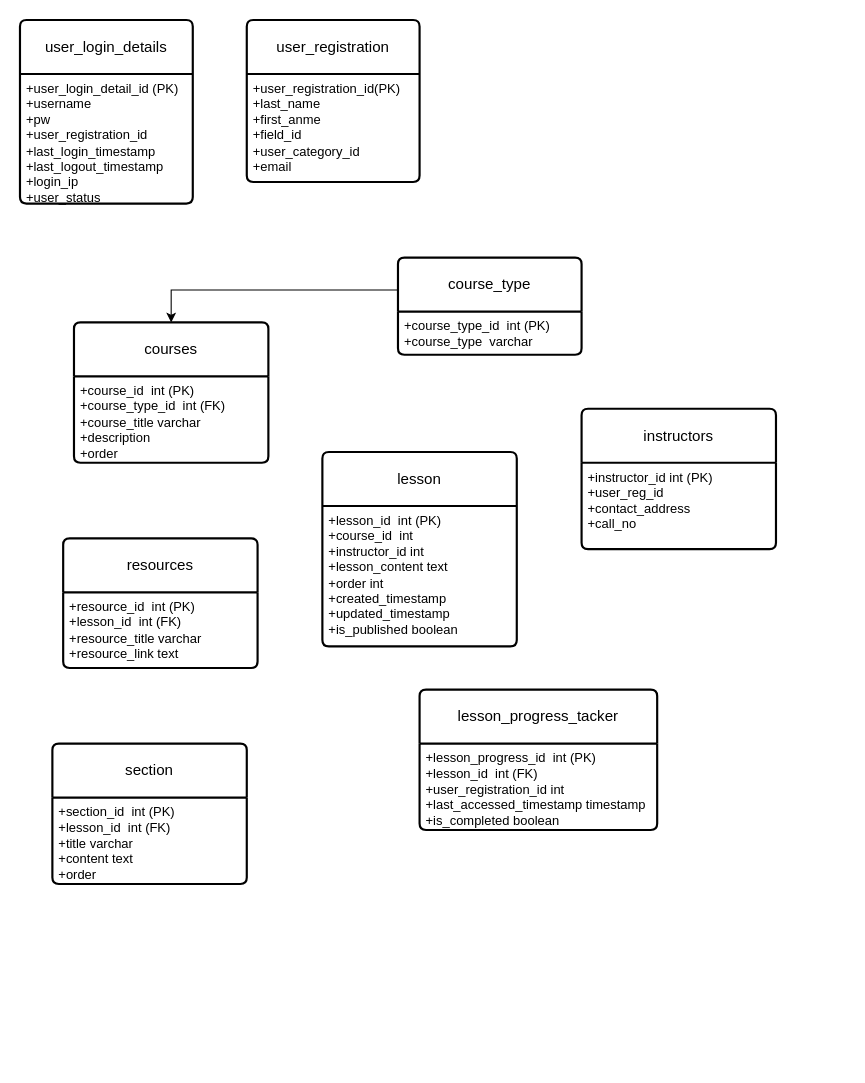
Above: illusion db schema models.drawio in The-Illusion-services/illusion-BE (draw.io), before the change. Source tidied: cells renumbered, new cells numbered last; positions are measured from the earlier drawing's top-left corner, leaving out a move shared by most shapes. Both pictures are drawn from the tidied source at 108%, with x=0, y=0 at pixel (19, 19).
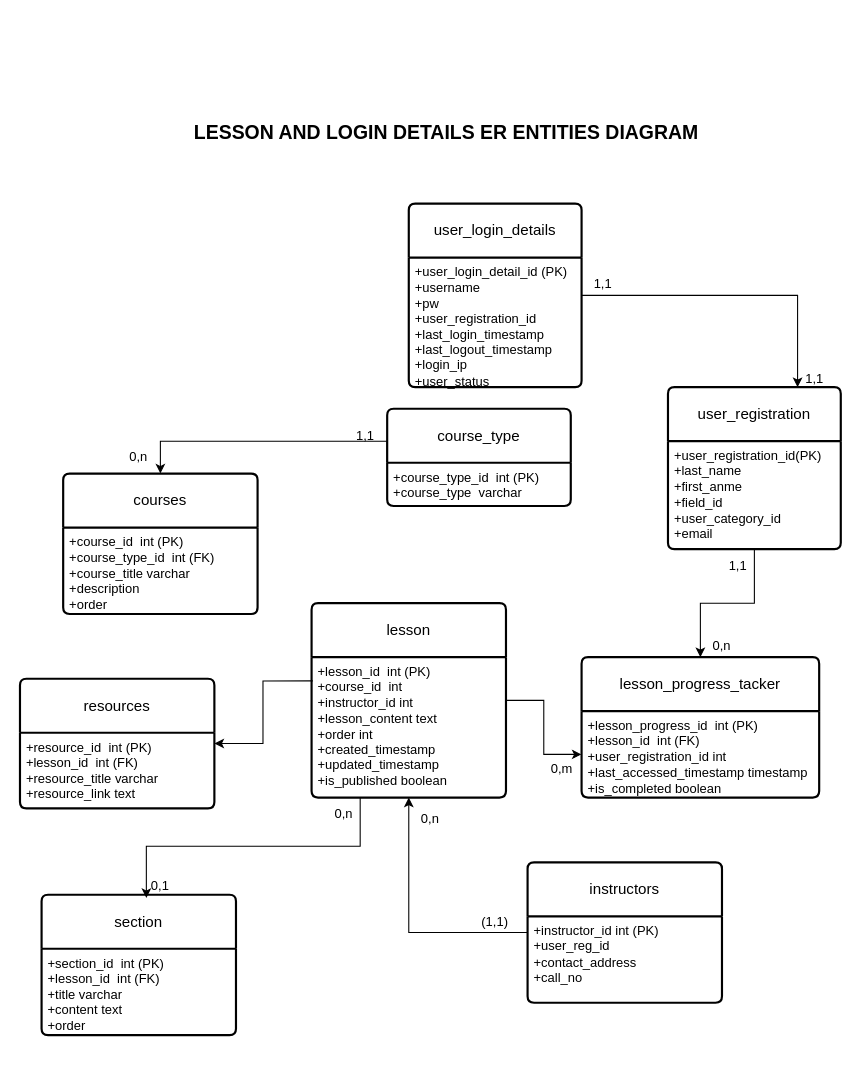
After the change.

Unchanged cells that the change refers to:
```xml
<mxCell id="5" value="+user_registration_id(PK) &lt;br&gt;+last_name&lt;br&gt;&lt;div&gt;+first_anme&lt;br&gt;&lt;/div&gt;&lt;div&gt;+field_id&lt;/div&gt;&lt;div&gt;+user_category_id&lt;/div&gt;&lt;div&gt;+email&lt;/div&gt;" style="align=left;strokeColor=none;fillColor=none;spacingLeft=4;fontSize=12;verticalAlign=top;html=1;" parent="4" vertex="1">
  <mxGeometry y="50" width="160" height="100" as="geometry" />
</mxCell>
<mxCell id="7" value="+lesson_id&amp;nbsp; int (PK)&lt;br&gt;+course_id&amp;nbsp; int&lt;br&gt;&lt;div&gt;+instructor_id int&lt;/div&gt;&lt;div&gt;+lesson_content text&lt;/div&gt;&lt;div&gt;+order int&lt;br&gt;&lt;/div&gt;&lt;div&gt;+created_timestamp&lt;/div&gt;&lt;div&gt;+updated_timestamp&lt;/div&gt;&lt;div&gt;+is_published boolean &lt;br&gt;&lt;/div&gt;&lt;div&gt;&lt;br&gt;&lt;/div&gt;" style="align=left;strokeColor=none;fillColor=none;spacingLeft=4;fontSize=12;verticalAlign=top;html=1;" parent="6" vertex="1">
  <mxGeometry y="50" width="180" height="130" as="geometry" />
</mxCell>
<mxCell id="19" value="+lesson_progress_id&amp;nbsp; int (PK)&lt;br&gt;+lesson_id&amp;nbsp; int (FK)&lt;br&gt;&lt;div&gt;+user_registration_id int&lt;br&gt;&lt;/div&gt;&lt;div&gt;+last_accessed_timestamp timestamp&lt;br&gt;&lt;/div&gt;&lt;div&gt;+is_completed boolean&lt;br&gt;&lt;/div&gt;&lt;div&gt;&amp;nbsp;&lt;br&gt;&lt;/div&gt;&lt;div&gt;&lt;br&gt;&lt;/div&gt;" style="align=left;strokeColor=none;fillColor=none;spacingLeft=4;fontSize=12;verticalAlign=top;html=1;" parent="18" vertex="1">
  <mxGeometry y="50" width="220" height="80" as="geometry" />
</mxCell>
```

What changed in the source:
```diff
@@
+    <mxCell id="21" value="LESSON AND LOGIN DETAILS ER ENTITIES DIAGRAM" style="text;html=1;align=center;verticalAlign=middle;whiteSpace=wrap;rounded=0;fontStyle=1;fontSize=18;" parent="1" vertex="1">
+      <mxGeometry x="124" y="90" width="542" height="30" as="geometry" />
+    </mxCell>
+    <mxCell id="22" style="edgeStyle=orthogonalEdgeStyle;rounded=0;jettySize=auto;html=1;entryX=0.75;entryY=0;entryDx=0;entryDy=0;" parent="1" edge="1" source="2" target="4">
+      <mxGeometry relative="1" as="geometry" />
+    </mxCell>
     <mxCell id="2" value="user_login_details" style="swimlane;horizontal=1;startSize=50;rounded=1;fontSize=14;fontStyle=0;strokeWidth=2;shadow=0;dashed=0;align=center;arcSize=4;whiteSpace=wrap;html=1;" parent="1" vertex="1">
-      <mxGeometry width="160" height="170" as="geometry" />
+      <mxGeometry x="360" y="170" width="160" height="170" as="geometry" />
     </mxCell>
@@
     <mxCell id="4" value="user_registration" style="swimlane;horizontal=1;startSize=50;rounded=1;fontSize=14;fontStyle=0;strokeWidth=2;shadow=0;dashed=0;align=center;arcSize=4;whiteSpace=wrap;html=1;" parent="1" vertex="1">
-      <mxGeometry x="210" width="160" height="150" as="geometry" />
+      <mxGeometry x="600" y="340" width="160" height="150" as="geometry" />
     </mxCell>
@@
     <mxCell id="6" value="lesson " style="swimlane;horizontal=1;startSize=50;rounded=1;fontSize=14;fontStyle=0;strokeWidth=2;shadow=0;dashed=0;align=center;arcSize=4;whiteSpace=wrap;html=1;" parent="1" vertex="1">
-      <mxGeometry x="280" y="400" width="180" height="180" as="geometry" />
+      <mxGeometry x="270" y="540" width="180" height="180" as="geometry" />
     </mxCell>
@@
     <mxCell id="8" value="section" style="swimlane;horizontal=1;startSize=50;rounded=1;fontSize=14;fontStyle=0;strokeWidth=2;shadow=0;dashed=0;align=center;arcSize=4;whiteSpace=wrap;html=1;" parent="1" vertex="1">
-      <mxGeometry x="30" y="670" width="180" height="130" as="geometry" />
+      <mxGeometry x="20" y="810" width="180" height="130" as="geometry" />
     </mxCell>
@@
+    <mxCell id="23" style="edgeStyle=orthogonalEdgeStyle;rounded=0;jettySize=auto;html=1;" parent="1" edge="1" source="10" target="7">
+      <mxGeometry relative="1" as="geometry" />
+    </mxCell>
     <mxCell id="10" value="instructors" style="swimlane;horizontal=1;startSize=50;rounded=1;fontSize=14;fontStyle=0;strokeWidth=2;shadow=0;dashed=0;align=center;arcSize=4;whiteSpace=wrap;html=1;" parent="1" vertex="1">
-      <mxGeometry x="520" y="360" width="180" height="130" as="geometry" />
+      <mxGeometry x="470" y="780" width="180" height="130" as="geometry" />
     </mxCell>
@@
     <mxCell id="12" value="course_type" style="swimlane;horizontal=1;startSize=50;rounded=1;fontSize=14;fontStyle=0;strokeWidth=2;shadow=0;dashed=0;align=center;arcSize=4;whiteSpace=wrap;html=1;" parent="1" vertex="1">
-      <mxGeometry x="350" y="220" width="170" height="90" as="geometry" />
+      <mxGeometry x="340" y="360" width="170" height="90" as="geometry" />
     </mxCell>
@@
     <mxCell id="14" value="courses" style="swimlane;horizontal=1;startSize=50;rounded=1;fontSize=14;fontStyle=0;strokeWidth=2;shadow=0;dashed=0;align=center;arcSize=4;whiteSpace=wrap;html=1;" parent="1" vertex="1">
-      <mxGeometry x="50" y="280" width="180" height="130" as="geometry" />
+      <mxGeometry x="40" y="420" width="180" height="130" as="geometry" />
     </mxCell>
@@
     <mxCell id="16" value="resources" style="swimlane;horizontal=1;startSize=50;rounded=1;fontSize=14;fontStyle=0;strokeWidth=2;shadow=0;dashed=0;align=center;arcSize=4;whiteSpace=wrap;html=1;" parent="1" vertex="1">
-      <mxGeometry x="40" y="480" width="180" height="120" as="geometry" />
+      <mxGeometry y="610" width="180" height="120" as="geometry" />
     </mxCell>
@@
     <mxCell id="18" value="lesson_progress_tacker" style="swimlane;horizontal=1;startSize=50;rounded=1;fontSize=14;fontStyle=0;strokeWidth=2;shadow=0;dashed=0;align=center;arcSize=4;whiteSpace=wrap;html=1;" parent="1" vertex="1">
-      <mxGeometry x="370" y="620" width="220" height="130" as="geometry" />
+      <mxGeometry x="520" y="590" width="220" height="130" as="geometry" />
     </mxCell>
@@
+    <mxCell id="24" value="0,n" style="text;html=1;align=center;verticalAlign=middle;whiteSpace=wrap;rounded=0;" parent="1" vertex="1">
+      <mxGeometry x="80" y="390" width="60" height="30" as="geometry" />
+    </mxCell>
+    <mxCell id="25" value="1,1" style="text;html=1;align=center;verticalAlign=middle;whiteSpace=wrap;rounded=0;" parent="1" vertex="1">
+      <mxGeometry x="290" y="370" width="60" height="30" as="geometry" />
+    </mxCell>
+    <mxCell id="26" value="(1,1)" style="text;html=1;align=center;verticalAlign=middle;whiteSpace=wrap;rounded=0;" parent="1" vertex="1">
+      <mxGeometry x="410" y="820" width="60" height="30" as="geometry" />
+    </mxCell>
+    <mxCell id="27" style="edgeStyle=orthogonalEdgeStyle;rounded=0;jettySize=auto;html=1;entryX=0.5;entryY=0;entryDx=0;entryDy=0;" parent="1" edge="1" source="5" target="18">
+      <mxGeometry relative="1" as="geometry" />
+    </mxCell>
+    <mxCell id="28" style="edgeStyle=orthogonalEdgeStyle;rounded=0;jettySize=auto;html=1;exitX=0.006;exitY=0.169;exitDx=0;exitDy=0;exitPerimeter=0;" parent="1" edge="1" source="7" target="16">
+      <mxGeometry relative="1" as="geometry" />
+    </mxCell>
+    <mxCell id="29" style="edgeStyle=orthogonalEdgeStyle;rounded=0;jettySize=auto;html=1;exitX=0.25;exitY=1;exitDx=0;exitDy=0;entryX=0.539;entryY=0.023;entryDx=0;entryDy=0;entryPerimeter=0;" parent="1" edge="1" source="7" target="8">
+      <mxGeometry relative="1" as="geometry" />
+    </mxCell>
+    <mxCell id="30" value="0,1" style="text;html=1;align=center;verticalAlign=middle;whiteSpace=wrap;rounded=0;" parent="1" vertex="1">
+      <mxGeometry x="100" y="787" width="60" height="30" as="geometry" />
+    </mxCell>
+    <mxCell id="31" value="0,n" style="text;html=1;align=center;verticalAlign=middle;whiteSpace=wrap;rounded=0;" parent="1" vertex="1">
+      <mxGeometry x="350" y="720" width="60" height="40" as="geometry" />
+    </mxCell>
+    <mxCell id="32" style="edgeStyle=orthogonalEdgeStyle;rounded=0;jettySize=auto;html=1;exitX=1;exitY=0.5;exitDx=0;exitDy=0;" parent="1" edge="1" source="6" target="19">
+      <mxGeometry relative="1" as="geometry" />
+    </mxCell>
+    <mxCell id="33" value="0,m" style="text;html=1;align=center;verticalAlign=middle;whiteSpace=wrap;rounded=0;" parent="1" vertex="1">
+      <mxGeometry x="472" y="679" width="60" height="30" as="geometry" />
+    </mxCell>
+    <mxCell id="34" value="0,n" style="text;html=1;align=center;verticalAlign=middle;whiteSpace=wrap;rounded=0;" parent="1" vertex="1">
+      <mxGeometry x="270" y="715" width="60" height="40" as="geometry" />
+    </mxCell>
+    <mxCell id="35" value="0,n" style="text;html=1;align=center;verticalAlign=middle;whiteSpace=wrap;rounded=0;" parent="1" vertex="1">
+      <mxGeometry x="620" y="560" width="60" height="40" as="geometry" />
+    </mxCell>
+    <mxCell id="36" value="1,1" style="text;html=1;align=center;verticalAlign=middle;whiteSpace=wrap;rounded=0;" parent="1" vertex="1">
+      <mxGeometry x="640" y="486" width="50" height="40" as="geometry" />
+    </mxCell>
+    <mxCell id="37" value="1,1" style="text;html=1;align=center;verticalAlign=middle;whiteSpace=wrap;rounded=0;" parent="1" vertex="1">
+      <mxGeometry x="510" y="230" width="60" height="30" as="geometry" />
+    </mxCell>
+    <mxCell id="38" value="1,1" style="text;html=1;align=center;verticalAlign=middle;whiteSpace=wrap;rounded=0;" parent="1" vertex="1">
+      <mxGeometry x="706" y="318" width="60" height="30" as="geometry" />
+    </mxCell>
```
